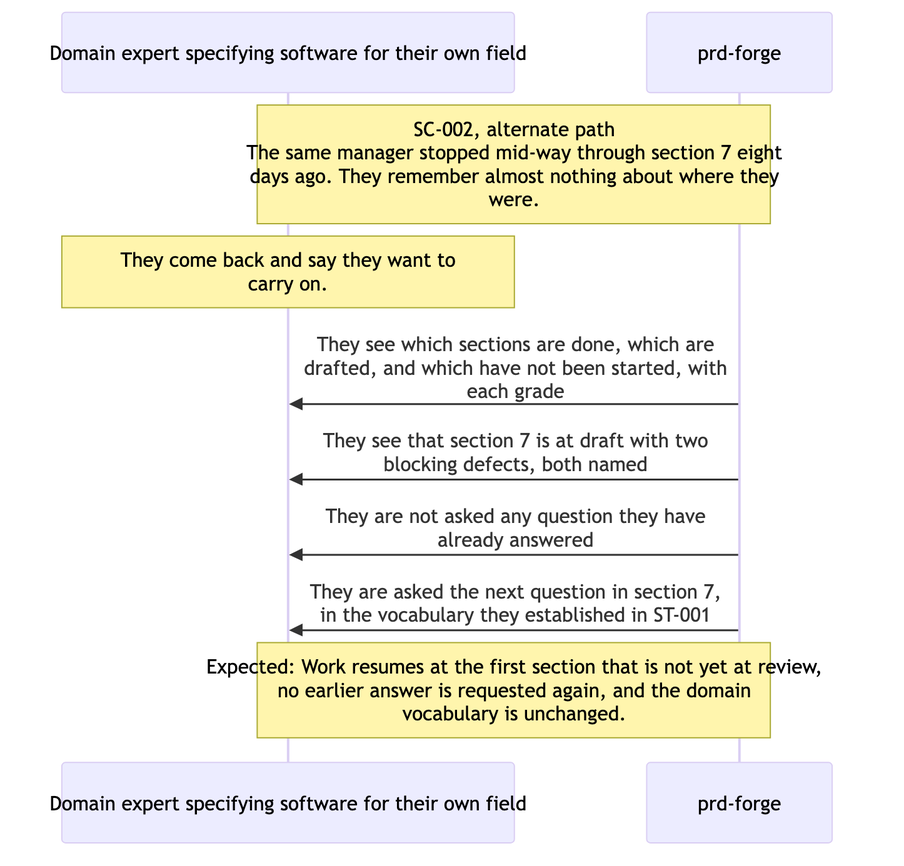
The Mermaid diagram docs/prd/prd-forge/diagrams/SC-002.png in SpillwaveSolutions/prd-forge, before a commit. Its source is kept beside it as docs/prd/prd-forge/diagrams/SC-002.mmd. The source it was exported from:
```mermaid
sequenceDiagram
  participant P as Domain expert specifying software for their own field
  participant S as prd-forge
  Note over P,S: SC-002, alternate path<br/>The same manager stopped mid-way through section 7 eight<br/>days ago. They remember almost nothing about where they<br/>were.
  Note over P: They come back and say they want to<br/>carry on.
  S->>P: They see which sections are done, which are<br/>drafted, and which have not been started, with<br/>each grade
  S->>P: They see that section 7 is at draft with two<br/>blocking defects, both named
  S->>P: They are not asked any question they have<br/>already answered
  S->>P: They are asked the next question in section 7,<br/>in the vocabulary they established in ST-001
  Note over P,S: Expected: Work resumes at the first section that is not yet at review,<br/>no earlier answer is requested again, and the domain<br/>vocabulary is unchanged.
```
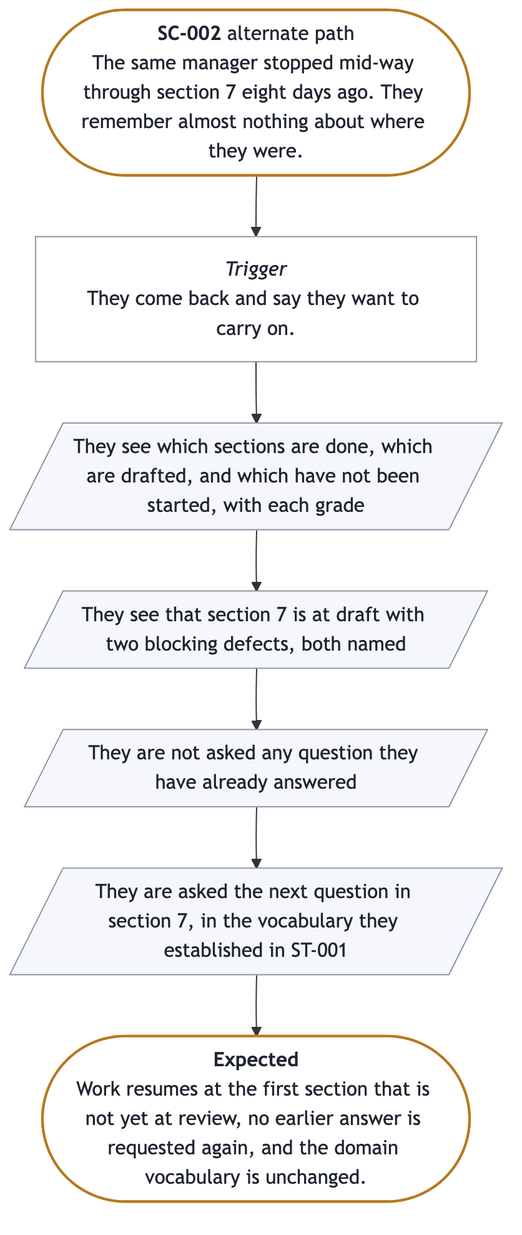
Later version of the same file.

Diff of the diagram source:
```diff
@@ -1,10 +1,19 @@
-sequenceDiagram
-  participant P as Domain expert specifying software for their own field
-  participant S as prd-forge
-  Note over P,S: SC-002, alternate path<br/>The same manager stopped mid-way through section 7 eight<br/>days ago. They remember almost nothing about where they<br/>were.
-  Note over P: They come back and say they want to<br/>carry on.
-  S->>P: They see which sections are done, which are<br/>drafted, and which have not been started, with<br/>each grade
-  S->>P: They see that section 7 is at draft with two<br/>blocking defects, both named
-  S->>P: They are not asked any question they have<br/>already answered
-  S->>P: They are asked the next question in section 7,<br/>in the vocabulary they established in ST-001
-  Note over P,S: Expected: Work resumes at the first section that is not yet at review,<br/>no earlier answer is requested again, and the domain<br/>vocabulary is unchanged.
+%%{init: {"flowchart": {"wrappingWidth": 300}}}%%
+flowchart TB
+  start(["<b>SC-002</b> alternate path<br/>The same manager stopped mid-way through section 7 eight days ago. They remember almost nothing about where they were."])
+  trigger["<i>Trigger</i><br/>They come back and say they want to carry on."]
+  s0[/"They see which sections are done, which are drafted, and which have not been started, with each grade"/]
+  s1[/"They see that section 7 is at draft with two blocking defects, both named"/]
+  s2[/"They are not asked any question they have already answered"/]
+  s3[/"They are asked the next question in section 7, in the vocabulary they established in ST-001"/]
+  done(["<b>Expected</b><br/>Work resumes at the first section that is not yet at review, no earlier answer is requested again, and the domain vocabulary is unchanged."])
+  start --> trigger --> s0 --> s1 --> s2 --> s3 --> done
+  classDef ends fill:#FFFFFF,stroke:#B7791F,stroke-width:2px,color:#1F2430
+  classDef sees fill:#F5F7FA,stroke:#8A94A6,color:#1F2430
+  classDef does fill:#FFFFFF,stroke:#8A94A6,color:#1F2430
+  class start,done ends
+  class s0 sees
+  class s1 sees
+  class s2 sees
+  class s3 sees
+  class trigger does
```
